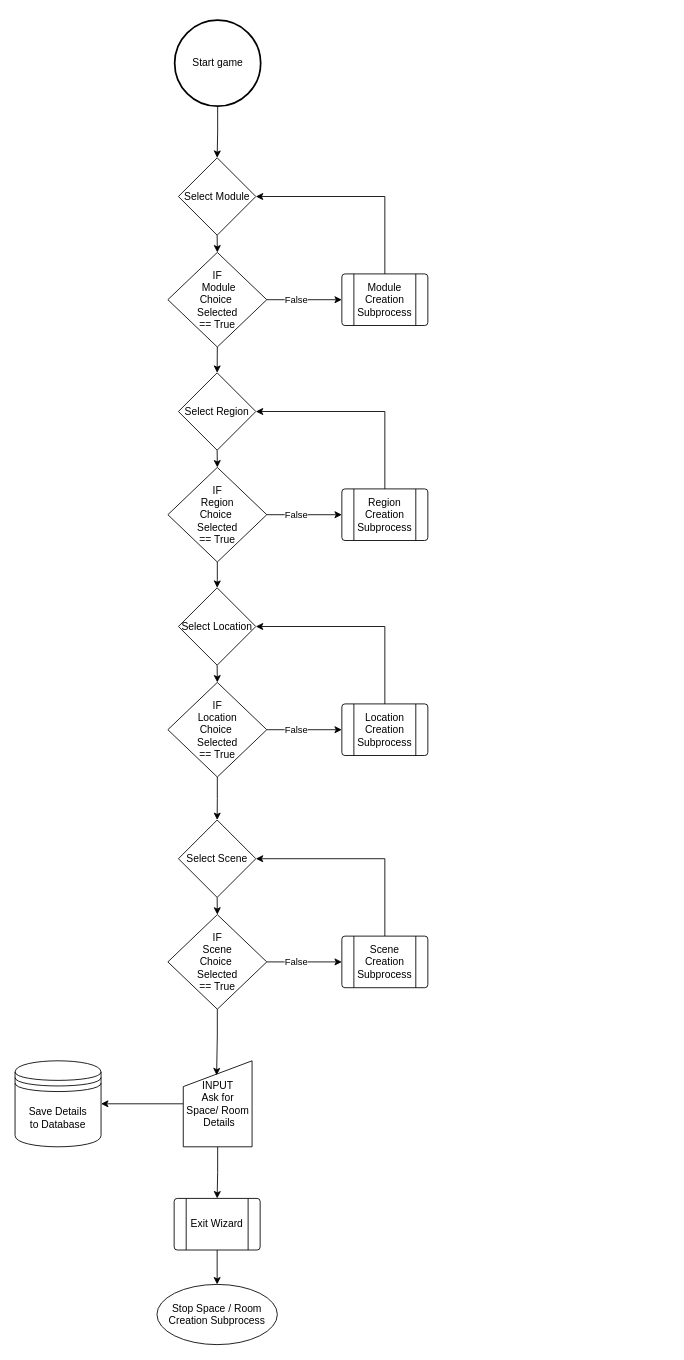
Earlier version of the draw.io diagram Phase2/Flowcharts/modgodToolset/ModGod/Creation/Space_Room/ModGodSpaceRoomCreation.drawio (RPG-Research/bcirpg). Source tidied: cells renumbered, new cells numbered last; positions are measured from the earlier drawing's top-left corner, leaving out a move shared by most shapes. Both pictures are drawn from the tidied source at 86%, with x=0, y=0 at pixel (15, 20).
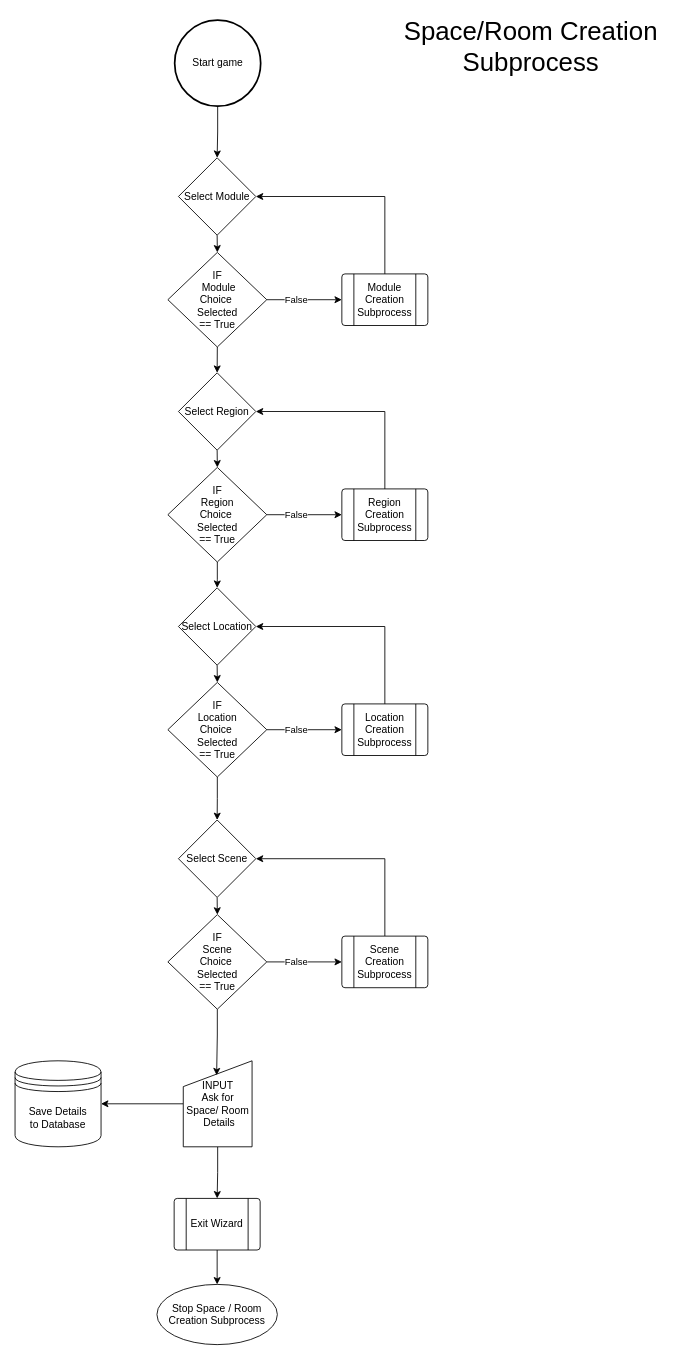
The same page after the edit.

What changed in the source:
```diff
@@
+    <mxCell id="43" value="&lt;font style=&quot;font-size: 30px;&quot;&gt;Space/Room Creation&lt;br&gt;Subprocess&lt;/font&gt;" style="text;html=1;strokeColor=none;fillColor=none;align=center;verticalAlign=middle;whiteSpace=wrap;rounded=0;" parent="1" vertex="1">
+      <mxGeometry x="440" y="10" width="320" height="40" as="geometry" />
+    </mxCell>
```
